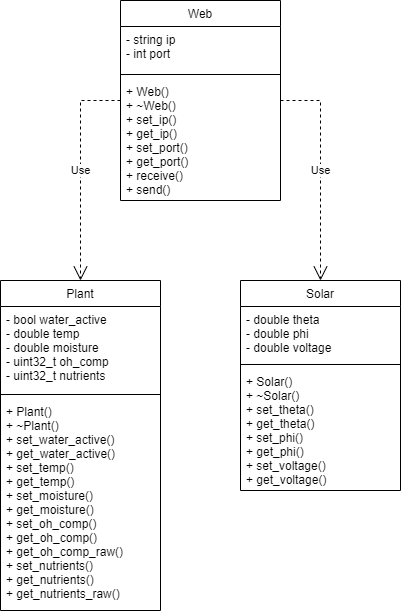
The draw.io diagram images/classes_uml.png in SeniorDesign-Group9/initial-document, before a commit. Source tidied: cells renumbered, new cells last; positions are measured from the earlier drawing's top-left corner, leaving out a move shared by most shapes. The source it was exported from:
```xml
<mxGraphModel>
  <root>
    <mxCell id="0" />
    <mxCell id="1" parent="0" />
    <mxCell id="2" value="Plant" style="swimlane;fontStyle=0;align=center;verticalAlign=top;horizontal=1;startSize=26;rounded=0;shadow=0;strokeWidth=1;" parent="1" vertex="1">
      <mxGeometry y="280" width="160" height="330" as="geometry" />
    </mxCell>
    <mxCell id="3" value="- bool water_active&#10;- double temp&#10;- double moisture&#10;- uint32_t oh_comp&#10;- uint32_t nutrients" style="text;align=left;verticalAlign=top;spacingLeft=4;spacingRight=4;overflow=hidden;" parent="2" vertex="1">
      <mxGeometry y="26" width="160" height="84" as="geometry" />
    </mxCell>
    <mxCell id="4" style="line;html=1;strokeWidth=1;align=left;verticalAlign=middle;spacingTop=-1;spacingLeft=3;spacingRight=3;labelPosition=right;" parent="2" vertex="1">
      <mxGeometry y="110" width="160" height="8" as="geometry" />
    </mxCell>
    <mxCell id="5" value="+ Plant()&#10;+ ~Plant()&#10;+ set_water_active()&#10;+ get_water_active()&#10;+ set_temp()&#10;+ get_temp()&#10;+ set_moisture()&#10;+ get_moisture() &#10;+ set_oh_comp()&#10;+ get_oh_comp()&#10;+ get_oh_comp_raw()&#10;+ set_nutrients()&#10;+ get_nutrients()&#10;+ get_nutrients_raw()" style="text;align=left;verticalAlign=top;spacingLeft=4;spacingRight=4;overflow=hidden;" parent="2" vertex="1">
      <mxGeometry y="118" width="160" height="212" as="geometry" />
    </mxCell>
    <mxCell id="6" value="Solar" style="swimlane;fontStyle=0;align=center;verticalAlign=top;horizontal=1;startSize=26;rounded=0;shadow=0;strokeWidth=1;" parent="1" vertex="1">
      <mxGeometry x="240" y="280" width="160" height="210" as="geometry" />
    </mxCell>
    <mxCell id="7" value="- double theta&#10;- double phi&#10;- double voltage" style="text;align=left;verticalAlign=top;spacingLeft=4;spacingRight=4;overflow=hidden;" parent="6" vertex="1">
      <mxGeometry y="26" width="160" height="54" as="geometry" />
    </mxCell>
    <mxCell id="8" style="line;html=1;strokeWidth=1;align=left;verticalAlign=middle;spacingTop=-1;spacingLeft=3;spacingRight=3;labelPosition=right;" parent="6" vertex="1">
      <mxGeometry y="80" width="160" height="8" as="geometry" />
    </mxCell>
    <mxCell id="9" value="+ Solar()&#10;+ ~Solar()&#10;+ set_theta()&#10;+ get_theta()&#10;+ set_phi()&#10;+ get_phi()&#10;+ set_voltage()&#10;+ get_voltage()" style="text;align=left;verticalAlign=top;spacingLeft=4;spacingRight=4;overflow=hidden;" parent="6" vertex="1">
      <mxGeometry y="88" width="160" height="122" as="geometry" />
    </mxCell>
    <mxCell id="10" value="Web" style="swimlane;fontStyle=0;align=center;verticalAlign=top;horizontal=1;startSize=26;rounded=0;shadow=0;strokeWidth=1;" parent="1" vertex="1">
      <mxGeometry x="120" width="160" height="200" as="geometry" />
    </mxCell>
    <mxCell id="11" value="- string ip&#10;- int port" style="text;align=left;verticalAlign=top;spacingLeft=4;spacingRight=4;overflow=hidden;" parent="10" vertex="1">
      <mxGeometry y="26" width="160" height="44" as="geometry" />
    </mxCell>
    <mxCell id="12" style="line;html=1;strokeWidth=1;align=left;verticalAlign=middle;spacingTop=-1;spacingLeft=3;spacingRight=3;labelPosition=right;" parent="10" vertex="1">
      <mxGeometry y="70" width="160" height="8" as="geometry" />
    </mxCell>
    <mxCell id="13" value="+ Web()&#10;+ ~Web()&#10;+ set_ip()&#10;+ get_ip()&#10;+ set_port()&#10;+ get_port()&#10;+ receive()&#10;+ send()" style="text;align=left;verticalAlign=top;spacingLeft=4;spacingRight=4;overflow=hidden;" parent="10" vertex="1">
      <mxGeometry y="78" width="160" height="122" as="geometry" />
    </mxCell>
    <mxCell id="14" value="Use" style="endArrow=open;endSize=12;dashed=1;html=1;rounded=0;entryX=0.5;entryY=0;entryDx=0;entryDy=0;" parent="1" edge="1" source="10" target="2">
      <mxGeometry relative="1" as="geometry">
        <Array as="points">
          <mxPoint x="80" y="100" />
        </Array>
      </mxGeometry>
    </mxCell>
    <mxCell id="15" value="Use" style="endArrow=open;endSize=12;dashed=1;html=1;rounded=0;entryX=0.5;entryY=0;entryDx=0;entryDy=0;" parent="1" edge="1" source="10" target="6">
      <mxGeometry relative="1" as="geometry">
        <Array as="points">
          <mxPoint x="320" y="100" />
        </Array>
      </mxGeometry>
    </mxCell>
  </root>
</mxGraphModel>
```
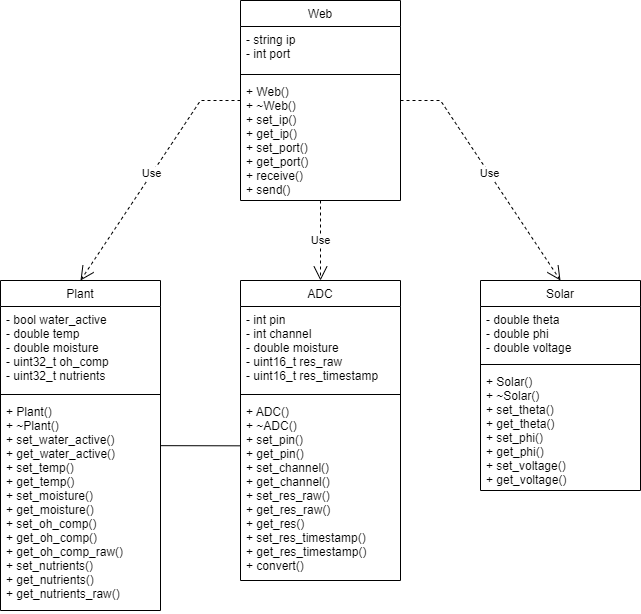
After the commit.

Diff of the diagram source:
```diff
@@ -3,7 +3,7 @@
     <mxCell id="0" />
     <mxCell id="1" parent="0" />
     <mxCell id="2" value="Plant" style="swimlane;fontStyle=0;align=center;verticalAlign=top;horizontal=1;startSize=26;rounded=0;shadow=0;strokeWidth=1;" parent="1" vertex="1">
-      <mxGeometry y="280" width="160" height="330" as="geometry" />
+      <mxGeometry x="-120" y="280" width="160" height="330" as="geometry" />
     </mxCell>
     <mxCell id="3" value="- bool water_active&#10;- double temp&#10;- double moisture&#10;- uint32_t oh_comp&#10;- uint32_t nutrients" style="text;align=left;verticalAlign=top;spacingLeft=4;spacingRight=4;overflow=hidden;" parent="2" vertex="1">
       <mxGeometry y="26" width="160" height="84" as="geometry" />
@@ -15,7 +15,7 @@
       <mxGeometry y="118" width="160" height="212" as="geometry" />
     </mxCell>
     <mxCell id="6" value="Solar" style="swimlane;fontStyle=0;align=center;verticalAlign=top;horizontal=1;startSize=26;rounded=0;shadow=0;strokeWidth=1;" parent="1" vertex="1">
-      <mxGeometry x="240" y="280" width="160" height="210" as="geometry" />
+      <mxGeometry x="360" y="280" width="160" height="210" as="geometry" />
     </mxCell>
     <mxCell id="7" value="- double theta&#10;- double phi&#10;- double voltage" style="text;align=left;verticalAlign=top;spacingLeft=4;spacingRight=4;overflow=hidden;" parent="6" vertex="1">
       <mxGeometry y="26" width="160" height="54" as="geometry" />
@@ -52,5 +52,23 @@
         </Array>
       </mxGeometry>
     </mxCell>
+    <mxCell id="16" value="ADC" style="swimlane;fontStyle=0;align=center;verticalAlign=top;horizontal=1;startSize=26;rounded=0;shadow=0;strokeWidth=1;" parent="1" vertex="1">
+      <mxGeometry x="120" y="280" width="160" height="300" as="geometry" />
+    </mxCell>
+    <mxCell id="17" value="- int pin&#10;- int channel&#10;- double moisture&#10;- uint16_t res_raw&#10;- uint16_t res_timestamp" style="text;align=left;verticalAlign=top;spacingLeft=4;spacingRight=4;overflow=hidden;" parent="16" vertex="1">
+      <mxGeometry y="26" width="160" height="84" as="geometry" />
+    </mxCell>
+    <mxCell id="18" style="line;html=1;strokeWidth=1;align=left;verticalAlign=middle;spacingTop=-1;spacingLeft=3;spacingRight=3;labelPosition=right;" parent="16" vertex="1">
+      <mxGeometry y="110" width="160" height="8" as="geometry" />
+    </mxCell>
+    <mxCell id="19" value="+ ADC()&#10;+ ~ADC()&#10;+ set_pin()&#10;+ get_pin()&#10;+ set_channel()&#10;+ get_channel()&#10;+ set_res_raw()&#10;+ get_res_raw()&#10;+ get_res()&#10;+ set_res_timestamp()&#10;+ get_res_timestamp()&#10;+ convert()" style="text;align=left;verticalAlign=top;spacingLeft=4;spacingRight=4;overflow=hidden;points=[[0,0.5],[1,0.5]];portConstraint=eastwest;" parent="16" vertex="1">
+      <mxGeometry y="118" width="160" height="182" as="geometry" />
+    </mxCell>
+    <mxCell id="20" style="endArrow=none;html=1;rounded=0;entryX=-0.002;entryY=0.26;entryDx=0;entryDy=0;entryPerimeter=0;" parent="1" edge="1" source="2" target="19">
+      <mxGeometry relative="1" as="geometry" />
+    </mxCell>
+    <mxCell id="21" value="Use" style="endArrow=open;endSize=12;dashed=1;html=1;rounded=0;" parent="1" edge="1" source="10" target="16">
+      <mxGeometry relative="1" as="geometry" />
+    </mxCell>
   </root>
 </mxGraphModel>
```
